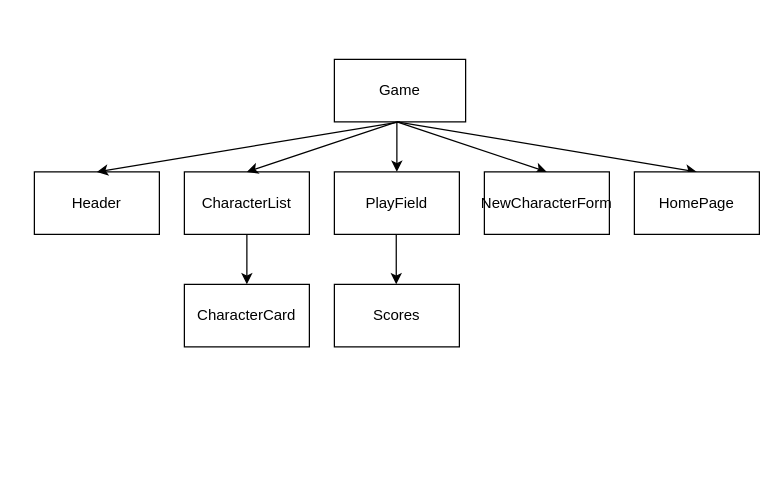
Earlier version of the draw.io diagram src/diagram.drawio (AlinaPisarenko/harry-potter-card-memory-game). Source tidied: cells renumbered, new cells numbered last; positions are measured from the earlier drawing's top-left corner, leaving out a move shared by most shapes. Both pictures are drawn from the tidied source at 125%, with x=0, y=0 at pixel (34, 59).
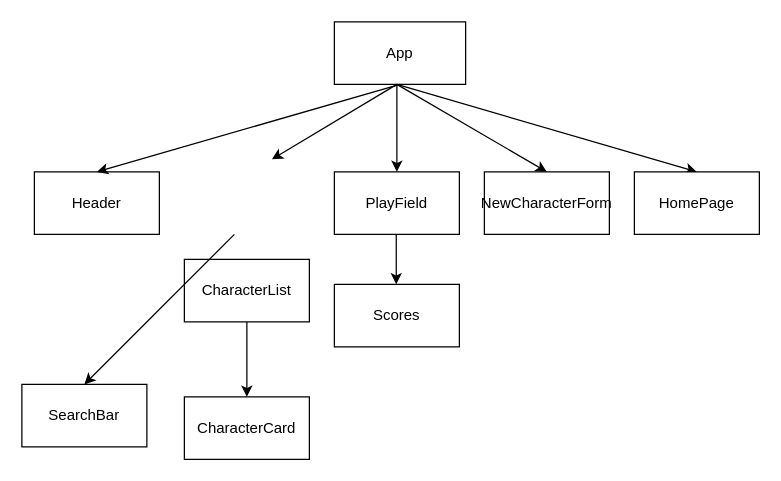
After the change.

The change refers to these unchanged cells:
```xml
<mxCell id="6" value="PlayField" style="rounded=0;whiteSpace=wrap;html=1;" parent="1" vertex="1">
  <mxGeometry x="240" y="90" width="100" height="50" as="geometry" />
</mxCell>
<mxCell id="14" value="NewCharacterForm" style="rounded=0;whiteSpace=wrap;html=1;" parent="1" vertex="1">
  <mxGeometry x="360" y="90" width="100" height="50" as="geometry" />
</mxCell>
```

What changed in the source:
```diff
@@
-    <mxCell id="2" value="Game" style="rounded=0;whiteSpace=wrap;html=1;" parent="1" vertex="1">
-      <mxGeometry x="240" width="105" height="50" as="geometry" />
+    <mxCell id="2" value="App" style="rounded=0;whiteSpace=wrap;html=1;" parent="1" vertex="1">
+      <mxGeometry x="240" y="-30" width="105" height="50" as="geometry" />
     </mxCell>
@@
     <mxCell id="4" value="CharacterList" style="rounded=0;whiteSpace=wrap;html=1;" parent="1" vertex="1">
-      <mxGeometry x="120" y="90" width="100" height="50" as="geometry" />
+      <mxGeometry x="120" y="160" width="100" height="50" as="geometry" />
     </mxCell>
     <mxCell id="5" value="CharacterCard" style="rounded=0;whiteSpace=wrap;html=1;" parent="1" vertex="1">
-      <mxGeometry x="120" y="180" width="100" height="50" as="geometry" />
+      <mxGeometry x="120" y="270" width="100" height="50" as="geometry" />
     </mxCell>
@@
-    <mxCell id="9" style="endArrow=classic;html=1;entryX=0.5;entryY=0;entryDx=0;entryDy=0;" parent="1" edge="1" target="4">
+    <mxCell id="9" style="endArrow=classic;html=1;" parent="1" edge="1">
       <mxGeometry relative="1" as="geometry">
-        <mxPoint x="290" y="50" as="sourcePoint" />
+        <mxPoint x="290" y="20" as="sourcePoint" />
+        <mxPoint x="190" y="80" as="targetPoint" />
       </mxGeometry>
     </mxCell>
     <mxCell id="10" style="endArrow=classic;html=1;entryX=0.5;entryY=0;entryDx=0;entryDy=0;" parent="1" edge="1" target="6">
       <mxGeometry relative="1" as="geometry">
-        <mxPoint x="290" y="50" as="sourcePoint" />
+        <mxPoint x="290" y="20" as="sourcePoint" />
       </mxGeometry>
     </mxCell>
@@
     <mxCell id="13" style="endArrow=classic;html=1;entryX=0.5;entryY=0;entryDx=0;entryDy=0;" parent="1" edge="1" target="14">
       <mxGeometry relative="1" as="geometry">
-        <mxPoint x="290" y="50" as="sourcePoint" />
+        <mxPoint x="290" y="20" as="sourcePoint" />
       </mxGeometry>
     </mxCell>
@@
     <mxCell id="15" style="endArrow=classic;html=1;" parent="1" edge="1">
       <mxGeometry relative="1" as="geometry">
-        <mxPoint x="290" y="50" as="sourcePoint" />
+        <mxPoint x="290" y="20" as="sourcePoint" />
         <mxPoint x="530" y="90" as="targetPoint" />
       </mxGeometry>
     </mxCell>
@@
+    <mxCell id="17" style="endArrow=classic;html=1;entryX=0.5;entryY=0;entryDx=0;entryDy=0;" parent="1" edge="1" target="18">
+      <mxGeometry relative="1" as="geometry">
+        <mxPoint x="160" y="140" as="sourcePoint" />
+      </mxGeometry>
+    </mxCell>
+    <mxCell id="18" value="SearchBar" style="rounded=0;whiteSpace=wrap;html=1;" parent="1" vertex="1">
+      <mxGeometry x="-10" y="260" width="100" height="50" as="geometry" />
+    </mxCell>
```
